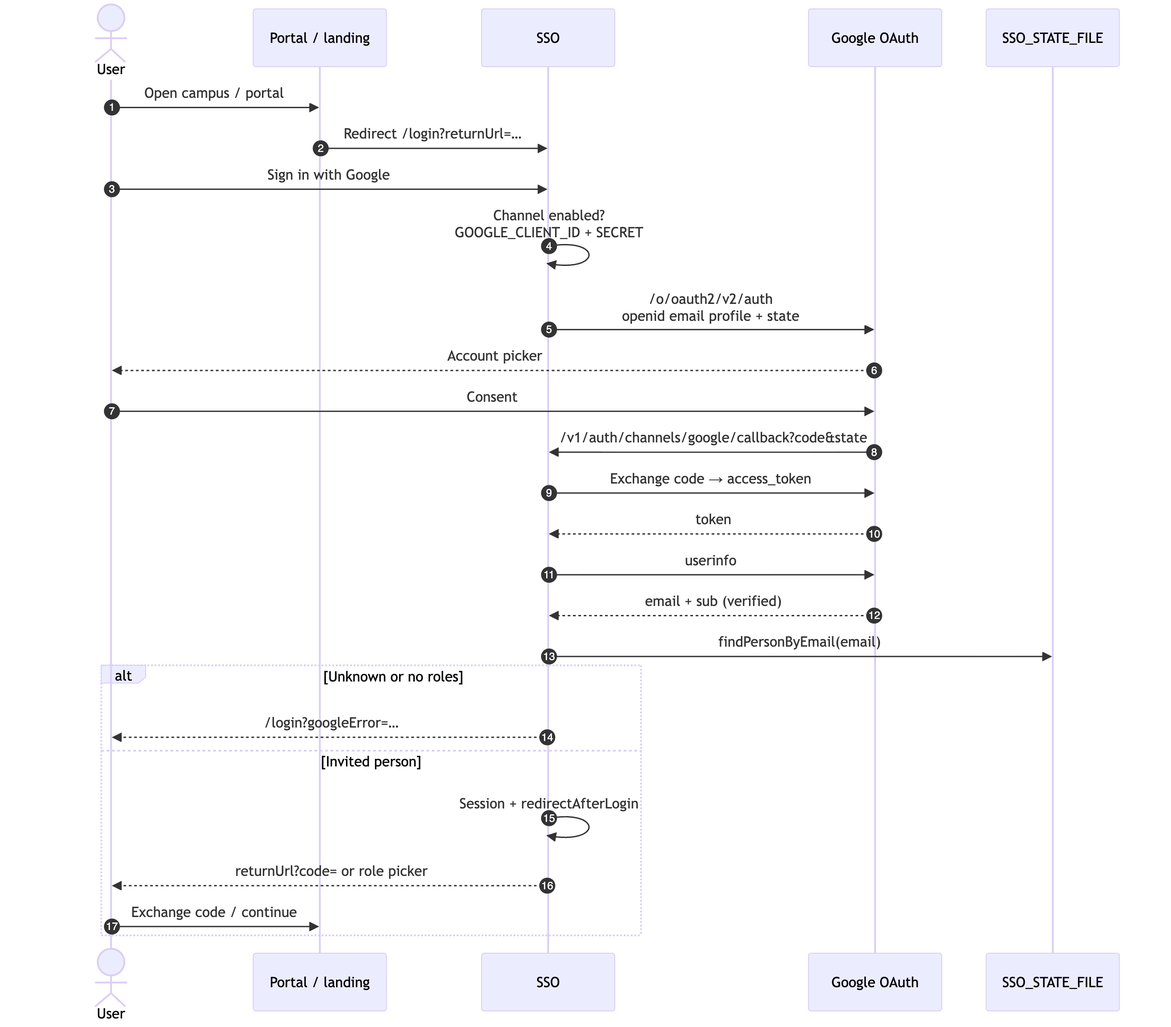
Before: diagrams/sso/images/03-google-oauth-sequence.png, a diagram exported from Mermaid (raisd-campus/portal-api-docs). Its source is kept beside it as diagrams/sso/mermaid/03-google-oauth-sequence.mmd.
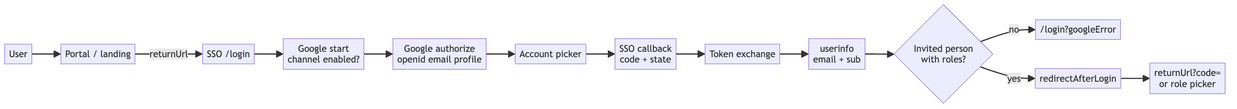
The same diagram one commit later.

Diff of the diagram source:
```diff
@@ -1,28 +1,13 @@
-sequenceDiagram
-  autonumber
-  actor U as User
-  participant P as Portal / landing
-  participant S as SSO
-  participant G as Google OAuth
-  participant ST as SSO_STATE_FILE
-
-  U->>P: Open campus / portal
-  P->>S: Redirect /login?returnUrl=…
-  U->>S: Sign in with Google
-  S->>S: Channel enabled?<br/>GOOGLE_CLIENT_ID + SECRET
-  S->>G: /o/oauth2/v2/auth<br/>openid email profile + state
-  G-->>U: Account picker
-  U->>G: Consent
-  G->>S: /v1/auth/channels/google/callback?code&state
-  S->>G: Exchange code → access_token
-  G-->>S: token
-  S->>G: userinfo
-  G-->>S: email + sub (verified)
-  S->>ST: findPersonByEmail(email)
-  alt Unknown or no roles
-    S-->>U: /login?googleError=…
-  else Invited person
-    S->>S: Session + redirectAfterLogin
-    S-->>U: returnUrl?code= or role picker
-    U->>P: Exchange code / continue
-  end
+flowchart LR
+  U[User] --> P[Portal / landing]
+  P -->|"returnUrl"| LOGIN[SSO /login]
+  LOGIN --> START["Google start<br/>channel enabled?"]
+  START --> AUTH["Google authorize<br/>openid email profile"]
+  AUTH --> PICK[Account picker]
+  PICK --> CB["SSO callback<br/>code + state"]
+  CB --> TOKEN[Token exchange]
+  TOKEN --> INFO[userinfo<br/>email + sub]
+  INFO --> MATCH{Invited person<br/>with roles?}
+  MATCH -->|no| DENY["/login?googleError"]
+  MATCH -->|yes| CONT[redirectAfterLogin]
+  CONT --> DONE["returnUrl?code=<br/>or role picker"]
```
